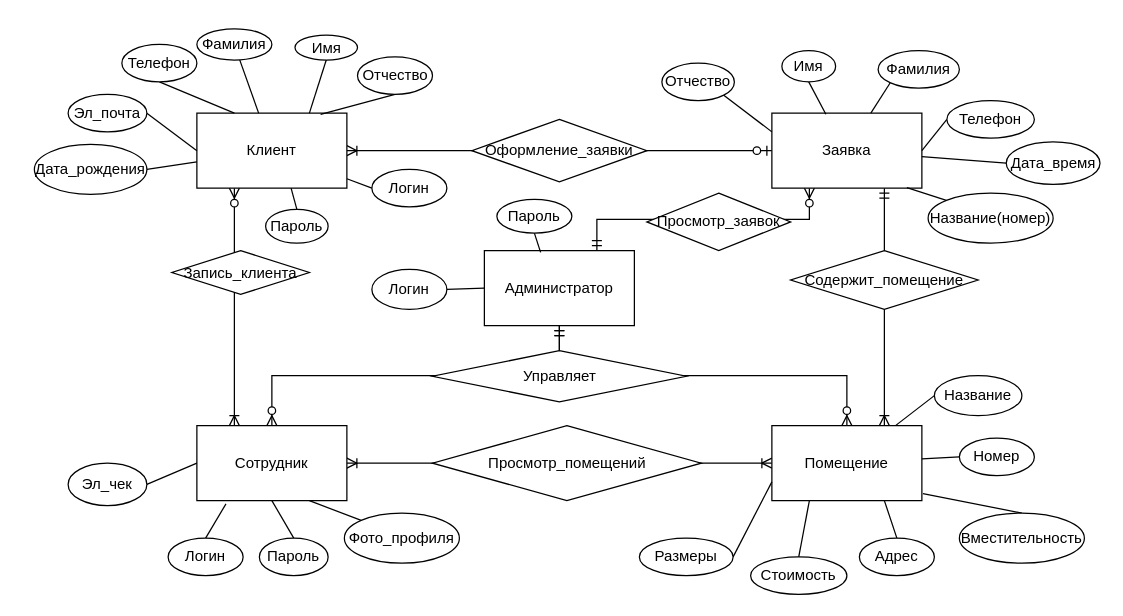
This is infological_diagram.drawio from Kostilan/obsi_proekt_kushneruk_tokarev, a draw.io file, before an edit. Source tidied: cells renumbered, new cells numbered last; positions are measured from the earlier drawing's top-left corner, leaving out a move shared by most shapes. Both pictures are drawn from the tidied source at 125%, with x=0, y=0 at pixel (34, 28).
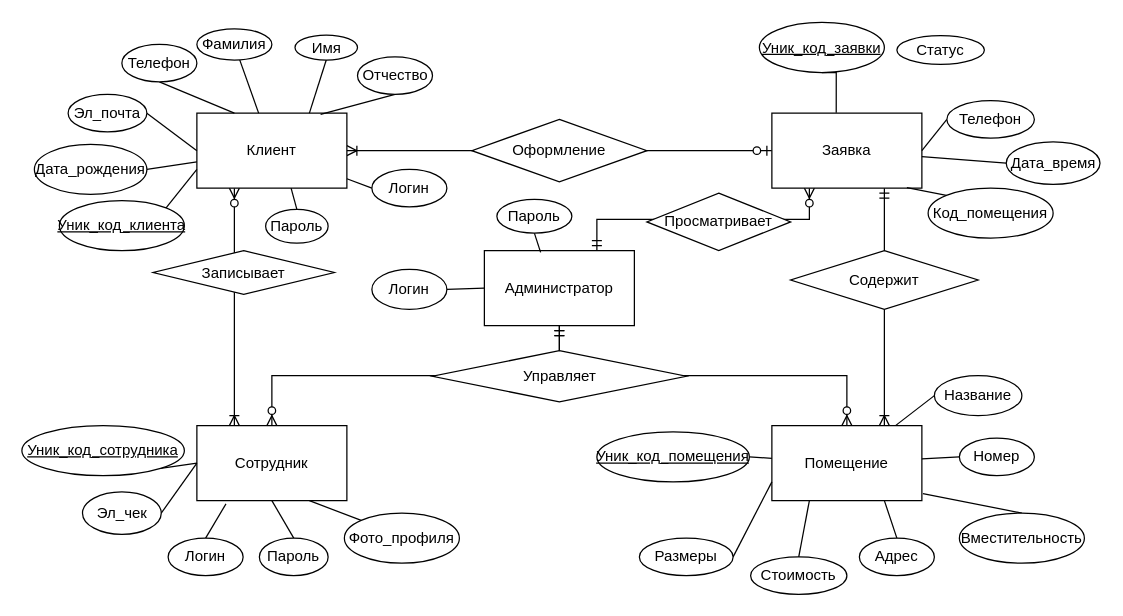
The same diagram, later.

The change refers to these unchanged cells:
```xml
<mxCell id="4" value="Клиент" style="rounded=0;whiteSpace=wrap;html=1;" parent="1" vertex="1">
  <mxGeometry x="130" y="68" width="120" height="60" as="geometry" />
</mxCell>
<mxCell id="6" value="Сотрудник" style="rounded=0;whiteSpace=wrap;html=1;" parent="1" vertex="1">
  <mxGeometry x="130" y="318" width="120" height="60" as="geometry" />
</mxCell>
<mxCell id="11" value="Помещение" style="rounded=0;whiteSpace=wrap;html=1;" parent="1" vertex="1">
  <mxGeometry x="590" y="318" width="120" height="60" as="geometry" />
</mxCell>
<mxCell id="13" value="Заявка" style="rounded=0;whiteSpace=wrap;html=1;" parent="1" vertex="1">
  <mxGeometry x="590" y="68" width="120" height="60" as="geometry" />
</mxCell>
```

The edit, as a diff of the source:
```diff
@@
-    <mxCell id="5" style="edgeStyle=orthogonalEdgeStyle;rounded=0;jettySize=auto;html=1;exitX=1;exitY=0.5;exitDx=0;exitDy=0;startArrow=ERoneToMany;startFill=0;endArrow=ERoneToMany;endFill=0;" parent="1" edge="1" source="6" target="11">
-      <mxGeometry relative="1" as="geometry" />
-    </mxCell>
@@
-    <mxCell id="14" value="Содержит_помещение" style="rhombus;whiteSpace=wrap;html=1;" parent="1" vertex="1">
+    <mxCell id="14" value="Содержит" style="rhombus;whiteSpace=wrap;html=1;" parent="1" vertex="1">
       <mxGeometry x="605" y="178" width="150" height="47" as="geometry" />
     </mxCell>
-    <mxCell id="15" value="Просмотр_помещений" style="rhombus;whiteSpace=wrap;html=1;" parent="1" vertex="1">
-      <mxGeometry x="318.5" y="318" width="215" height="60" as="geometry" />
-    </mxCell>
-    <mxCell id="16" value="Запись_клиента" style="rhombus;whiteSpace=wrap;html=1;" parent="1" vertex="1">
-      <mxGeometry x="110" y="178" width="110" height="35" as="geometry" />
+    <mxCell id="16" value="Записывает" style="rhombus;whiteSpace=wrap;html=1;" parent="1" vertex="1">
+      <mxGeometry x="95" y="178" width="145" height="35" as="geometry" />
     </mxCell>
@@
-    <mxCell id="18" value="Просмотр_заявок" style="rhombus;whiteSpace=wrap;html=1;" parent="1" vertex="1">
+    <mxCell id="18" value="Просматривает" style="rhombus;whiteSpace=wrap;html=1;" parent="1" vertex="1">
       <mxGeometry x="490" y="132" width="115" height="46" as="geometry" />
     </mxCell>
-    <mxCell id="19" value="Оформление_заявки" style="rhombus;whiteSpace=wrap;html=1;" parent="1" vertex="1">
+    <mxCell id="19" value="Оформление" style="rhombus;whiteSpace=wrap;html=1;" parent="1" vertex="1">
       <mxGeometry x="350" y="73" width="140" height="50" as="geometry" />
     </mxCell>
@@
-    <mxCell id="34" style="edgeStyle=none;rounded=0;jettySize=auto;html=1;exitX=0;exitY=1;exitDx=0;exitDy=0;startArrow=none;startFill=0;endArrow=none;endFill=0;" parent="1" edge="1" source="35" target="13">
-      <mxGeometry relative="1" as="geometry" />
-    </mxCell>
-    <mxCell id="35" value="Фамилия" style="ellipse;whiteSpace=wrap;html=1;" parent="1" vertex="1">
-      <mxGeometry x="675" y="18" width="65" height="30" as="geometry" />
-    </mxCell>
-    <mxCell id="36" style="edgeStyle=none;rounded=0;jettySize=auto;html=1;exitX=0.5;exitY=1;exitDx=0;exitDy=0;entryX=0.36;entryY=0.014;entryDx=0;entryDy=0;entryPerimeter=0;startArrow=none;startFill=0;endArrow=none;endFill=0;" parent="1" edge="1" source="37" target="13">
-      <mxGeometry relative="1" as="geometry" />
-    </mxCell>
-    <mxCell id="37" value="Имя" style="ellipse;whiteSpace=wrap;html=1;" parent="1" vertex="1">
-      <mxGeometry x="598" y="18" width="43" height="25" as="geometry" />
-    </mxCell>
-    <mxCell id="38" style="edgeStyle=none;rounded=0;jettySize=auto;html=1;exitX=1;exitY=1;exitDx=0;exitDy=0;entryX=0;entryY=0.25;entryDx=0;entryDy=0;startArrow=none;startFill=0;endArrow=none;endFill=0;" parent="1" edge="1" source="39" target="13">
-      <mxGeometry relative="1" as="geometry" />
-    </mxCell>
-    <mxCell id="39" value="Отчество" style="ellipse;whiteSpace=wrap;html=1;" parent="1" vertex="1">
-      <mxGeometry x="502" y="28" width="58" height="30" as="geometry" />
-    </mxCell>
@@
-    <mxCell id="45" value="Название(номер)" style="ellipse;whiteSpace=wrap;html=1;" parent="1" vertex="1">
-      <mxGeometry x="715" y="132" width="100" height="40" as="geometry" />
+    <mxCell id="45" value="Код_помещения" style="ellipse;whiteSpace=wrap;html=1;" parent="1" vertex="1">
+      <mxGeometry x="715" y="128" width="100" height="40" as="geometry" />
     </mxCell>
@@
     <mxCell id="67" value="Эл_чек" style="ellipse;whiteSpace=wrap;html=1;" parent="1" vertex="1">
-      <mxGeometry x="27" y="348" width="63" height="34" as="geometry" />
+      <mxGeometry x="38.5" y="371" width="63" height="34" as="geometry" />
     </mxCell>
@@
+    <mxCell id="72" style="edgeStyle=orthogonalEdgeStyle;rounded=0;jettySize=auto;html=1;exitX=0.5;exitY=1;exitDx=0;exitDy=0;entryX=0.429;entryY=-0.006;entryDx=0;entryDy=0;entryPerimeter=0;endArrow=none;endFill=0;" parent="1" edge="1" source="73" target="13">
+      <mxGeometry relative="1" as="geometry" />
+    </mxCell>
+    <mxCell id="73" value="Уник_код_заявки" style="ellipse;whiteSpace=wrap;html=1;fontStyle=4;" parent="1" vertex="1">
+      <mxGeometry x="580" y="-4.5" width="100" height="40" as="geometry" />
+    </mxCell>
+    <mxCell id="74" style="rounded=0;jettySize=auto;html=1;exitX=1;exitY=0;exitDx=0;exitDy=0;entryX=0;entryY=0.75;entryDx=0;entryDy=0;endArrow=none;endFill=0;" parent="1" edge="1" source="75" target="4">
+      <mxGeometry relative="1" as="geometry" />
+    </mxCell>
+    <mxCell id="75" value="Уник_код_клиента" style="ellipse;whiteSpace=wrap;html=1;fontStyle=4;" parent="1" vertex="1">
+      <mxGeometry x="20" y="138" width="100" height="40" as="geometry" />
+    </mxCell>
+    <mxCell id="76" style="edgeStyle=none;rounded=0;jettySize=auto;html=1;exitX=1;exitY=1;exitDx=0;exitDy=0;entryX=0;entryY=0.5;entryDx=0;entryDy=0;endArrow=none;endFill=0;" parent="1" edge="1" source="77" target="6">
+      <mxGeometry relative="1" as="geometry" />
+    </mxCell>
+    <mxCell id="77" value="Уник_код_сотрудника" style="ellipse;whiteSpace=wrap;html=1;fontStyle=4;" parent="1" vertex="1">
+      <mxGeometry x="-10" y="318" width="130" height="40" as="geometry" />
+    </mxCell>
+    <mxCell id="78" style="edgeStyle=none;rounded=0;jettySize=auto;html=1;exitX=1;exitY=0.5;exitDx=0;exitDy=0;endArrow=none;endFill=0;" parent="1" edge="1" source="79" target="11">
+      <mxGeometry relative="1" as="geometry" />
+    </mxCell>
+    <mxCell id="79" value="Уник_код_помещения" style="ellipse;whiteSpace=wrap;html=1;fontStyle=4;" parent="1" vertex="1">
+      <mxGeometry x="450" y="323" width="122" height="40" as="geometry" />
+    </mxCell>
+    <mxCell id="80" value="Статус" style="ellipse;whiteSpace=wrap;html=1;fontStyle=0;" parent="1" vertex="1">
+      <mxGeometry x="690" y="6" width="70" height="23" as="geometry" />
+    </mxCell>
```
